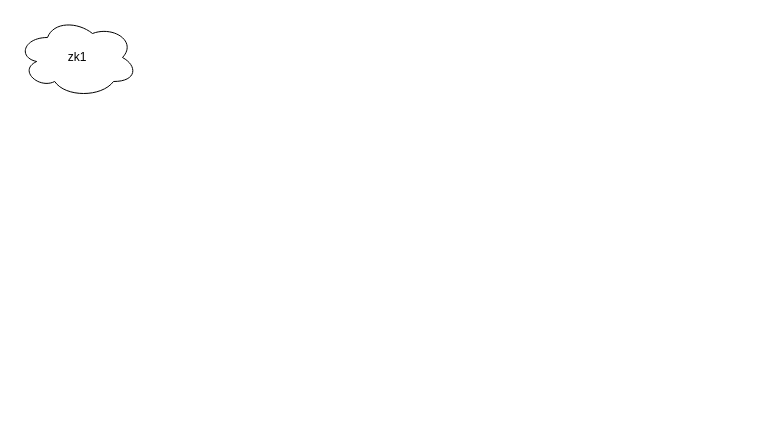
huwwwww/CSCI-GA-2433-HW keeps this draw.io diagram as Assignment01/ER01.drawio. Above is the earlier version. Source tidied: cells renumbered, new cells numbered last; positions are measured from the earlier drawing's top-left corner, leaving out a move shared by most shapes. Both pictures are drawn from the tidied source at 100%, with x=0, y=0 at pixel (17, 17).
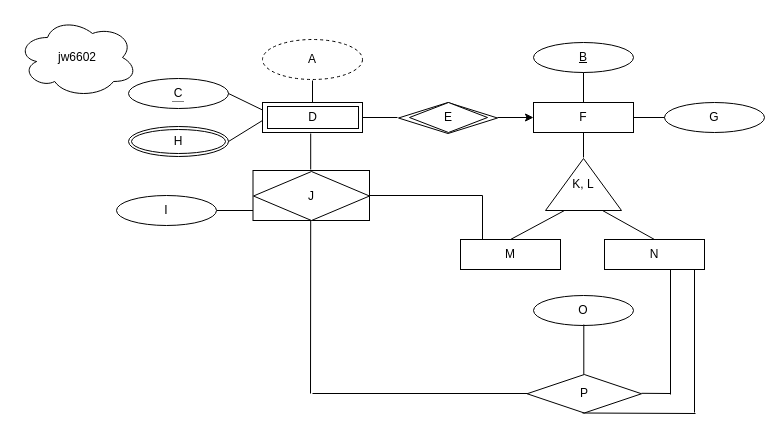
The same diagram, later.

Diff of the diagram source:
```diff
@@
-    <mxCell id="2" value="zk1" style="ellipse;shape=cloud;whiteSpace=wrap;html=1;" parent="1" vertex="1">
+    <mxCell id="2" value="jw6602" style="ellipse;shape=cloud;whiteSpace=wrap;html=1;" parent="1" vertex="1">
       <mxGeometry width="120" height="80" as="geometry" />
     </mxCell>
+    <mxCell id="3" value="A" style="ellipse;whiteSpace=wrap;html=1;dashed=1;" parent="1" vertex="1">
+      <mxGeometry x="245" y="22" width="100" height="40" as="geometry" />
+    </mxCell>
+    <mxCell id="4" value="C" style="ellipse;whiteSpace=wrap;html=1;" parent="1" vertex="1">
+      <mxGeometry x="111" y="61" width="100" height="30" as="geometry" />
+    </mxCell>
+    <mxCell id="5" style="endArrow=none;html=1;" parent="1" edge="1">
+      <mxGeometry relative="1" as="geometry">
+        <mxPoint x="295" y="87" as="sourcePoint" />
+        <mxPoint x="295" y="63" as="targetPoint" />
+      </mxGeometry>
+    </mxCell>
+    <mxCell id="6" value="&lt;u&gt;B&lt;/u&gt;" style="ellipse;whiteSpace=wrap;html=1;" parent="1" vertex="1">
+      <mxGeometry x="516" y="25" width="100" height="30" as="geometry" />
+    </mxCell>
+    <mxCell id="7" style="endArrow=none;html=1;exitX=0;exitY=0.25;exitDx=0;exitDy=0;" parent="1" edge="1">
+      <mxGeometry relative="1" as="geometry">
+        <mxPoint x="245" y="92.5" as="sourcePoint" />
+        <mxPoint x="211" y="76" as="targetPoint" />
+      </mxGeometry>
+    </mxCell>
+    <mxCell id="8" style="endArrow=none;html=1;exitX=1;exitY=0.5;exitDx=0;exitDy=0;" parent="1" edge="1">
+      <mxGeometry relative="1" as="geometry">
+        <mxPoint x="345" y="100" as="sourcePoint" />
+        <mxPoint x="380" y="100" as="targetPoint" />
+      </mxGeometry>
+    </mxCell>
+    <mxCell id="9" style="rounded=0;whiteSpace=wrap;html=1;" parent="1" vertex="1">
+      <mxGeometry x="245" y="85" width="100" height="30" as="geometry" />
+    </mxCell>
+    <mxCell id="10" value="D" style="rounded=0;whiteSpace=wrap;html=1;" parent="1" vertex="1">
+      <mxGeometry x="250" y="89" width="91" height="22" as="geometry" />
+    </mxCell>
+    <mxCell id="11" style="rhombus;whiteSpace=wrap;html=1;direction=north;" parent="1" vertex="1">
+      <mxGeometry x="381" y="85" width="99" height="31" as="geometry" />
+    </mxCell>
+    <mxCell id="12" style="endArrow=classic;html=1;" parent="1" edge="1">
+      <mxGeometry relative="1" as="geometry">
+        <mxPoint x="480" y="100" as="sourcePoint" />
+        <mxPoint x="516" y="100" as="targetPoint" />
+      </mxGeometry>
+    </mxCell>
+    <mxCell id="13" value="F" style="rounded=0;whiteSpace=wrap;html=1;" parent="1" vertex="1">
+      <mxGeometry x="516" y="85" width="100" height="30" as="geometry" />
+    </mxCell>
+    <mxCell id="14" value="E" style="rhombus;whiteSpace=wrap;html=1;direction=west;" parent="1" vertex="1">
+      <mxGeometry x="392" y="85" width="78" height="30" as="geometry" />
+    </mxCell>
+    <mxCell id="15" style="endArrow=none;dashed=1;html=1;shadow=0;strokeWidth=1;dashPattern=1 1;" parent="1" edge="1">
+      <mxGeometry relative="1" as="geometry">
+        <mxPoint x="155" y="84" as="sourcePoint" />
+        <mxPoint x="167" y="84" as="targetPoint" />
+      </mxGeometry>
+    </mxCell>
+    <mxCell id="16" style="endArrow=none;html=1;shadow=0;strokeWidth=1;entryX=0.5;entryY=1;entryDx=0;entryDy=0;" parent="1" edge="1" target="6">
+      <mxGeometry relative="1" as="geometry">
+        <mxPoint x="566" y="85" as="sourcePoint" />
+      </mxGeometry>
+    </mxCell>
+    <mxCell id="17" value="G" style="ellipse;whiteSpace=wrap;html=1;" parent="1" vertex="1">
+      <mxGeometry x="647" y="85" width="100" height="30" as="geometry" />
+    </mxCell>
+    <mxCell id="18" style="endArrow=none;html=1;shadow=0;strokeWidth=1;entryX=0;entryY=0.5;entryDx=0;entryDy=0;exitX=1;exitY=0.5;exitDx=0;exitDy=0;" parent="1" edge="1" source="13" target="17">
+      <mxGeometry relative="1" as="geometry" />
+    </mxCell>
+    <mxCell id="19" value="K, L" style="triangle;whiteSpace=wrap;html=1;direction=north;rotation=0;" parent="1" vertex="1">
+      <mxGeometry x="528" y="141" width="76" height="52" as="geometry" />
+    </mxCell>
+    <mxCell id="20" style="endArrow=none;html=1;shadow=0;strokeWidth=1;entryX=0.5;entryY=1;entryDx=0;entryDy=0;" parent="1" edge="1" target="13">
+      <mxGeometry relative="1" as="geometry">
+        <mxPoint x="566" y="140" as="sourcePoint" />
+      </mxGeometry>
+    </mxCell>
+    <mxCell id="21" value="M" style="rounded=0;whiteSpace=wrap;html=1;" parent="1" vertex="1">
+      <mxGeometry x="443" y="222" width="100" height="30" as="geometry" />
+    </mxCell>
+    <mxCell id="22" value="N" style="rounded=0;whiteSpace=wrap;html=1;" parent="1" vertex="1">
+      <mxGeometry x="587" y="222" width="100" height="30" as="geometry" />
+    </mxCell>
+    <mxCell id="23" style="endArrow=none;html=1;shadow=0;strokeWidth=1;exitX=0.5;exitY=0;exitDx=0;exitDy=0;entryX=0;entryY=0.25;entryDx=0;entryDy=0;" parent="1" edge="1" source="21" target="19">
+      <mxGeometry relative="1" as="geometry" />
+    </mxCell>
+    <mxCell id="24" style="endArrow=none;html=1;shadow=0;strokeWidth=1;entryX=0.5;entryY=0;entryDx=0;entryDy=0;exitX=0;exitY=0.75;exitDx=0;exitDy=0;" parent="1" edge="1" source="19" target="22">
+      <mxGeometry relative="1" as="geometry" />
+    </mxCell>
+    <mxCell id="25" style="rounded=0;whiteSpace=wrap;html=1;" parent="1" vertex="1">
+      <mxGeometry x="235.5" y="153" width="116.5" height="50" as="geometry" />
+    </mxCell>
+    <mxCell id="26" value="J" style="rhombus;whiteSpace=wrap;html=1;direction=south;" parent="1" vertex="1">
+      <mxGeometry x="236" y="154" width="116" height="49" as="geometry" />
+    </mxCell>
+    <mxCell id="27" style="endArrow=none;html=1;shadow=0;strokeWidth=1;" parent="1" edge="1">
+      <mxGeometry relative="1" as="geometry">
+        <mxPoint x="293.2" y="152" as="sourcePoint" />
+        <mxPoint x="293.2" y="116" as="targetPoint" />
+      </mxGeometry>
+    </mxCell>
+    <mxCell id="28" style="endArrow=none;html=1;shadow=0;strokeWidth=1;" parent="1" edge="1">
+      <mxGeometry relative="1" as="geometry">
+        <mxPoint x="199.5" y="193" as="sourcePoint" />
+        <mxPoint x="235.5" y="193" as="targetPoint" />
+      </mxGeometry>
+    </mxCell>
+    <mxCell id="29" value="I" style="ellipse;whiteSpace=wrap;html=1;" parent="1" vertex="1">
+      <mxGeometry x="99" y="178" width="100" height="30" as="geometry" />
+    </mxCell>
+    <mxCell id="30" style="ellipse;whiteSpace=wrap;html=1;" parent="1" vertex="1">
+      <mxGeometry x="111" y="109" width="100" height="30" as="geometry" />
+    </mxCell>
+    <mxCell id="31" value="H" style="ellipse;whiteSpace=wrap;html=1;" parent="1" vertex="1">
+      <mxGeometry x="114" y="112" width="94" height="24" as="geometry" />
+    </mxCell>
+    <mxCell id="32" style="endArrow=none;html=1;shadow=0;strokeWidth=1;exitX=1;exitY=0.5;exitDx=0;exitDy=0;" parent="1" edge="1" source="30">
+      <mxGeometry relative="1" as="geometry">
+        <mxPoint x="245" y="103" as="targetPoint" />
+      </mxGeometry>
+    </mxCell>
+    <mxCell id="33" style="endArrow=none;html=1;shadow=0;strokeWidth=1;" parent="1" edge="1">
+      <mxGeometry relative="1" as="geometry">
+        <mxPoint x="352" y="178" as="sourcePoint" />
+        <mxPoint x="465" y="178" as="targetPoint" />
+      </mxGeometry>
+    </mxCell>
+    <mxCell id="34" style="endArrow=none;html=1;shadow=0;strokeWidth=1;" parent="1" edge="1">
+      <mxGeometry relative="1" as="geometry">
+        <mxPoint x="465" y="222" as="sourcePoint" />
+        <mxPoint x="465" y="178" as="targetPoint" />
+      </mxGeometry>
+    </mxCell>
+    <mxCell id="35" style="endArrow=none;html=1;shadow=0;strokeWidth=1;" parent="1" edge="1">
+      <mxGeometry relative="1" as="geometry">
+        <mxPoint x="293" y="376" as="sourcePoint" />
+        <mxPoint x="293.2" y="203" as="targetPoint" />
+      </mxGeometry>
+    </mxCell>
+    <mxCell id="36" style="endArrow=none;html=1;shadow=0;strokeWidth=1;" parent="1" edge="1">
+      <mxGeometry relative="1" as="geometry">
+        <mxPoint x="295" y="376" as="sourcePoint" />
+        <mxPoint x="510" y="376" as="targetPoint" />
+      </mxGeometry>
+    </mxCell>
+    <mxCell id="37" value="O" style="ellipse;whiteSpace=wrap;html=1;" parent="1" vertex="1">
+      <mxGeometry x="516" y="278" width="100" height="30" as="geometry" />
+    </mxCell>
+    <mxCell id="38" value="P" style="rhombus;whiteSpace=wrap;html=1;direction=south;" parent="1" vertex="1">
+      <mxGeometry x="509.6" y="357" width="114.4" height="38.5" as="geometry" />
+    </mxCell>
+    <mxCell id="39" style="endArrow=none;html=1;shadow=0;strokeWidth=1;" parent="1" edge="1">
+      <mxGeometry relative="1" as="geometry">
+        <mxPoint x="566.3" y="357" as="sourcePoint" />
+        <mxPoint x="566.3" y="307" as="targetPoint" />
+      </mxGeometry>
+    </mxCell>
+    <mxCell id="40" style="endArrow=none;html=1;shadow=0;strokeWidth=1;" parent="1" edge="1">
+      <mxGeometry relative="1" as="geometry">
+        <mxPoint x="653" y="377" as="sourcePoint" />
+        <mxPoint x="653" y="252" as="targetPoint" />
+      </mxGeometry>
+    </mxCell>
+    <mxCell id="41" style="endArrow=none;html=1;shadow=0;strokeWidth=1;" parent="1" edge="1">
+      <mxGeometry relative="1" as="geometry">
+        <mxPoint x="624" y="375.8" as="sourcePoint" />
+        <mxPoint x="653" y="376" as="targetPoint" />
+      </mxGeometry>
+    </mxCell>
+    <mxCell id="42" style="endArrow=none;html=1;shadow=0;strokeWidth=1;" parent="1" edge="1">
+      <mxGeometry relative="1" as="geometry">
+        <mxPoint x="677" y="395" as="sourcePoint" />
+        <mxPoint x="677" y="252" as="targetPoint" />
+      </mxGeometry>
+    </mxCell>
+    <mxCell id="43" style="endArrow=none;html=1;shadow=0;strokeWidth=1;" parent="1" edge="1">
+      <mxGeometry relative="1" as="geometry">
+        <mxPoint x="565" y="395.5" as="sourcePoint" />
+        <mxPoint x="678" y="396" as="targetPoint" />
+      </mxGeometry>
+    </mxCell>
```
